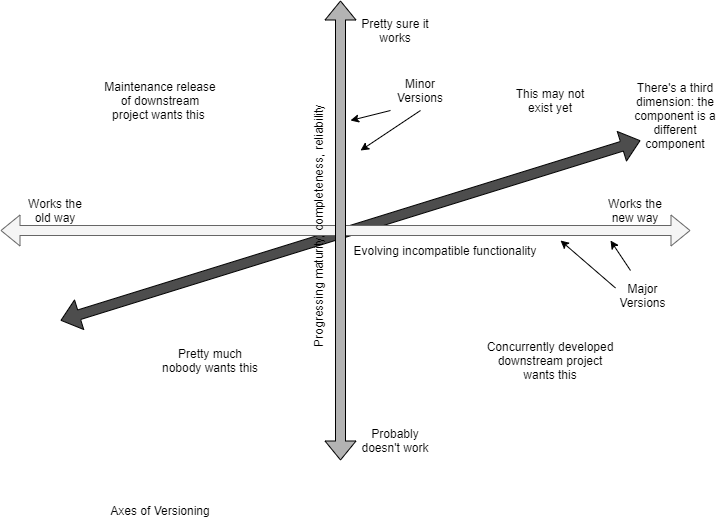
Earlier version of the draw.io export diagrams/versioning.png (dboreham/global-bugs). Source tidied: cells renumbered, new cells last; positions are measured from the earlier drawing's top-left corner, leaving out a move shared by most shapes.
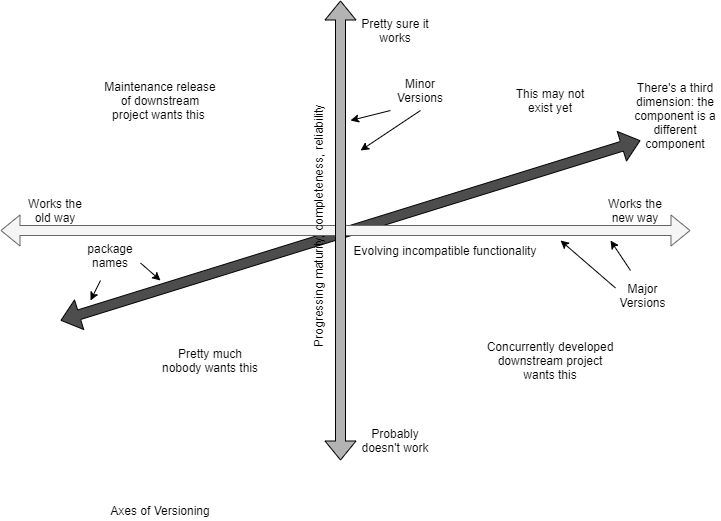
Above is the later version.

Diff of the diagram source:
```diff
@@ -84,5 +84,19 @@
         <mxPoint x="350" y="120" as="targetPoint" />
       </mxGeometry>
     </mxCell>
+    <mxCell id="23" value="package names" style="text;html=1;strokeColor=none;fillColor=none;align=center;verticalAlign=middle;whiteSpace=wrap;rounded=0;" parent="1" vertex="1">
+      <mxGeometry x="80" y="240" width="60" height="30" as="geometry" />
+    </mxCell>
+    <mxCell id="24" style="endArrow=classic;html=1;strokeColor=#000000;fillColor=#4D4D4D;" parent="1" edge="1">
+      <mxGeometry relative="1" as="geometry">
+        <mxPoint x="100" y="280" as="sourcePoint" />
+        <mxPoint x="90" y="300" as="targetPoint" />
+      </mxGeometry>
+    </mxCell>
+    <mxCell id="25" style="endArrow=classic;html=1;strokeColor=#000000;fillColor=#4D4D4D;exitX=1;exitY=0.75;exitDx=0;exitDy=0;" parent="1" edge="1" source="23">
+      <mxGeometry relative="1" as="geometry">
+        <mxPoint x="160" y="280" as="targetPoint" />
+      </mxGeometry>
+    </mxCell>
   </root>
 </mxGraphModel>
```
